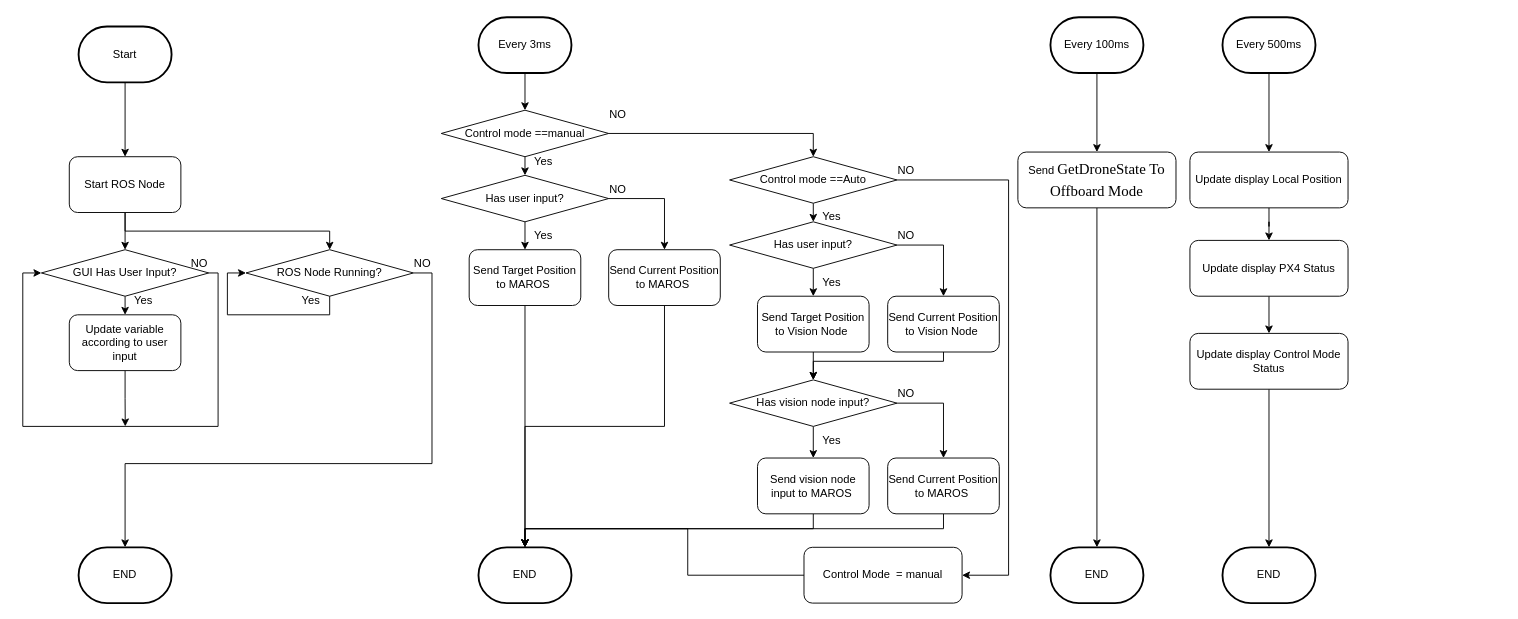
Earlier version of the draw.io diagram FlowChart.drawio (Drone-FYP2021-PolyU-EIE/GUI-Control-Node). Source tidied: cells renumbered, new cells numbered last; positions are measured from the earlier drawing's top-left corner, leaving out a move shared by most shapes. Both pictures are drawn from the tidied source at 93%, with x=0, y=0 at pixel (22, 17).
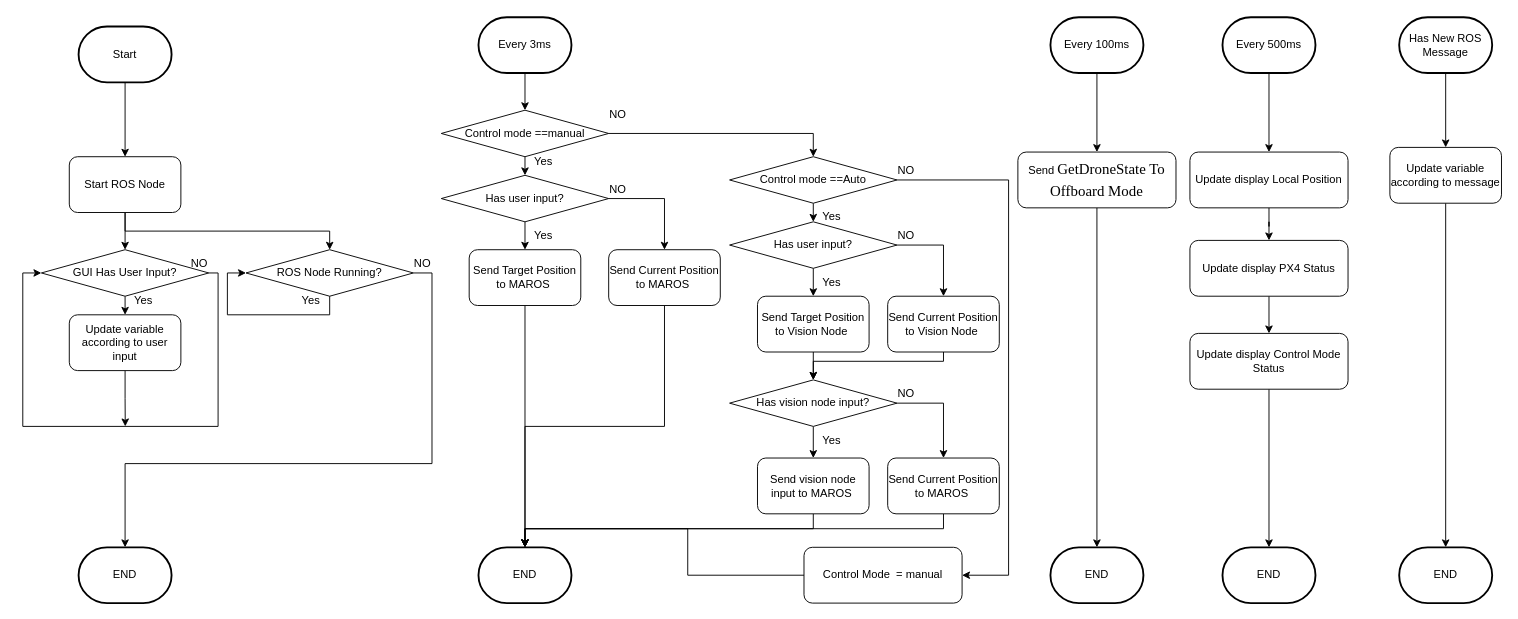
After the change.

Change to the diagram source:
```diff
@@
+    <mxCell id="76" style="edgeStyle=orthogonalEdgeStyle;rounded=0;jettySize=auto;html=1;" parent="1" edge="1" source="77" target="79">
+      <mxGeometry relative="1" as="geometry" />
+    </mxCell>
+    <mxCell id="77" value="Has New ROS Message" style="strokeWidth=2;html=1;shape=mxgraph.flowchart.terminator;whiteSpace=wrap;" parent="1" vertex="1">
+      <mxGeometry x="1480" width="100" height="60" as="geometry" />
+    </mxCell>
+    <mxCell id="78" style="edgeStyle=orthogonalEdgeStyle;rounded=0;jettySize=auto;html=1;exitX=0.5;exitY=1;exitDx=0;exitDy=0;entryX=0.5;entryY=0;entryDx=0;entryDy=0;entryPerimeter=0;" parent="1" edge="1" source="79" target="80">
+      <mxGeometry relative="1" as="geometry" />
+    </mxCell>
+    <mxCell id="79" value="Update variable according to message" style="rounded=1;whiteSpace=wrap;html=1;" parent="1" vertex="1">
+      <mxGeometry x="1470" y="140" width="120" height="60" as="geometry" />
+    </mxCell>
+    <mxCell id="80" value="END" style="strokeWidth=2;html=1;shape=mxgraph.flowchart.terminator;whiteSpace=wrap;" parent="1" vertex="1">
+      <mxGeometry x="1480" y="570" width="100" height="60" as="geometry" />
+    </mxCell>
```
